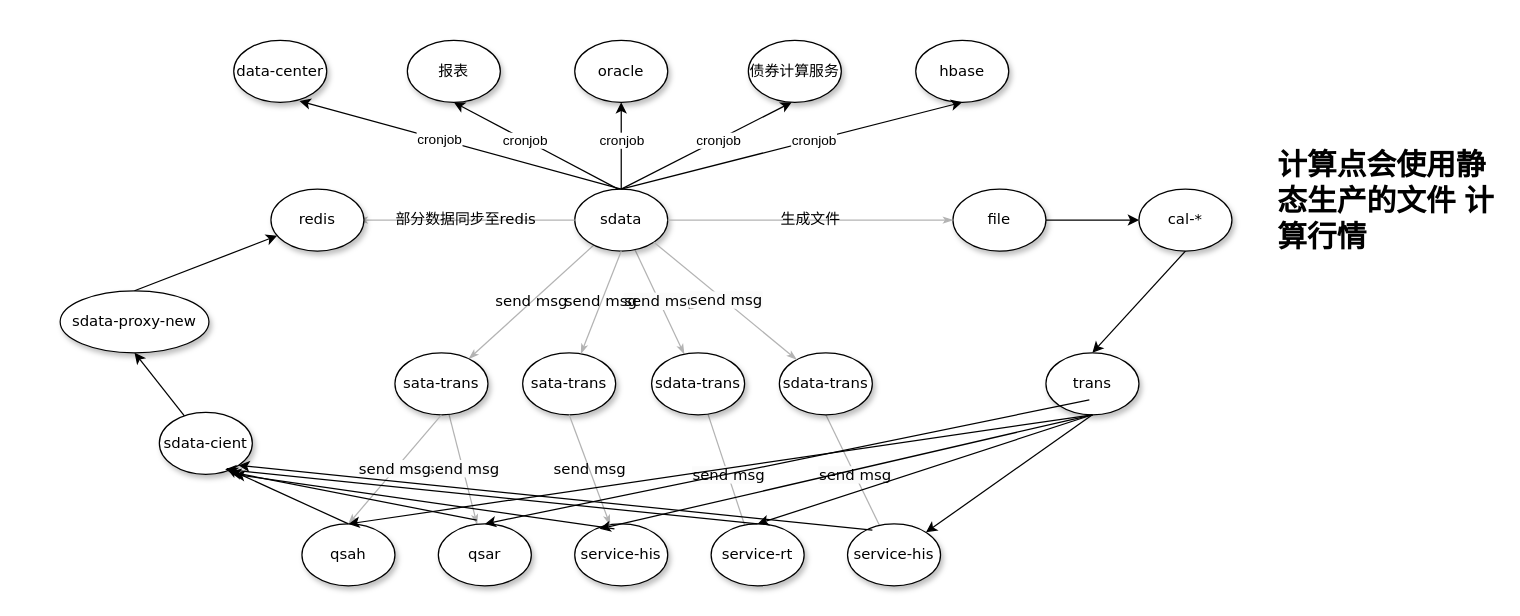
Above: 未命名绘图.drawio in Joker-zc/nettyWithSpringboot (draw.io), before the change. Source tidied: cells renumbered, new cells numbered last; positions are measured from the earlier drawing's top-left corner, leaving out a move shared by most shapes. Both pictures are drawn from the tidied source at 124%, with x=0, y=0 at pixel (60, 40).
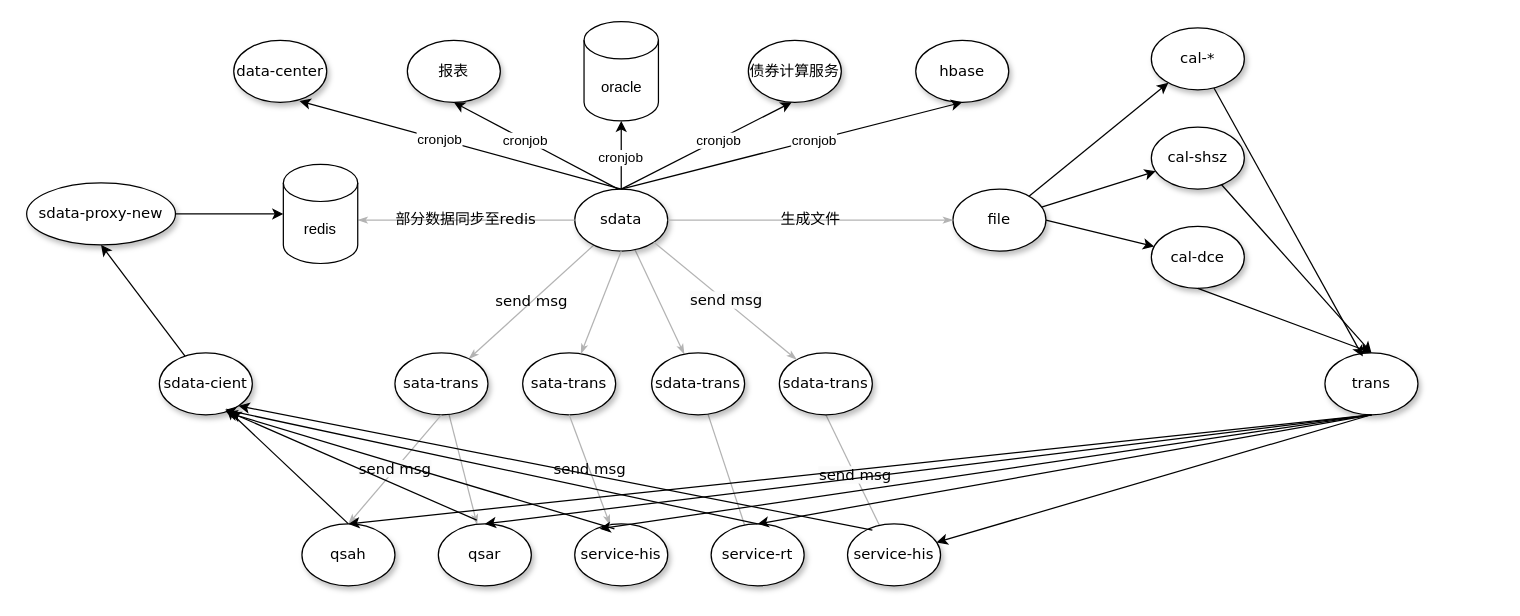
The same page after the edit.

Commit message:
更新未命名绘图.drawio

The change refers to these unchanged cells:
```xml
<mxCell id="4" value="sdata" style="ellipse;whiteSpace=wrap;html=1;rounded=0;shadow=1;comic=0;labelBackgroundColor=none;strokeWidth=1;fontFamily=Verdana;fontSize=12;align=center;" parent="1" vertex="1">
  <mxGeometry x="415" y="120" width="75" height="50" as="geometry" />
</mxCell>
<mxCell id="6" value="sdata-trans" style="ellipse;whiteSpace=wrap;html=1;rounded=0;shadow=1;comic=0;labelBackgroundColor=none;strokeWidth=1;fontFamily=Verdana;fontSize=12;align=center;" parent="1" vertex="1">
  <mxGeometry x="477" y="252" width="75" height="50" as="geometry" />
</mxCell>
<mxCell id="8" value="sata-trans" style="ellipse;whiteSpace=wrap;html=1;rounded=0;shadow=1;comic=0;labelBackgroundColor=none;strokeWidth=1;fontFamily=Verdana;fontSize=12;align=center;" parent="1" vertex="1">
  <mxGeometry x="270" y="252" width="75" height="50" as="geometry" />
</mxCell>
<mxCell id="9" value="service-his" style="ellipse;whiteSpace=wrap;html=1;rounded=0;shadow=1;comic=0;labelBackgroundColor=none;strokeWidth=1;fontFamily=Verdana;fontSize=12;align=center;" parent="1" vertex="1">
  <mxGeometry x="415" y="390" width="75" height="50" as="geometry" />
</mxCell>
<mxCell id="15" value="qsar" style="ellipse;whiteSpace=wrap;html=1;rounded=0;shadow=1;comic=0;labelBackgroundColor=none;strokeWidth=1;fontFamily=Verdana;fontSize=12;align=center;" parent="1" vertex="1">
  <mxGeometry x="305" y="390" width="75" height="50" as="geometry" />
</mxCell>
<mxCell id="16" value="service-rt" style="ellipse;whiteSpace=wrap;html=1;rounded=0;shadow=1;comic=0;labelBackgroundColor=none;strokeWidth=1;fontFamily=Verdana;fontSize=12;align=center;" parent="1" vertex="1">
  <mxGeometry x="525" y="390" width="75" height="50" as="geometry" />
</mxCell>
<mxCell id="17" value="sata-trans" style="ellipse;whiteSpace=wrap;html=1;rounded=0;shadow=1;comic=0;labelBackgroundColor=none;strokeWidth=1;fontFamily=Verdana;fontSize=12;align=center;" parent="1" vertex="1">
  <mxGeometry x="373" y="252" width="75" height="50" as="geometry" />
</mxCell>
<mxCell id="36" value="file" style="ellipse;whiteSpace=wrap;html=1;rounded=0;shadow=1;comic=0;labelBackgroundColor=none;strokeWidth=1;fontFamily=Verdana;fontSize=12;align=center;" parent="1" vertex="1">
  <mxGeometry x="720" y="120" width="75" height="50" as="geometry" />
</mxCell>
```

The edit, as a diff of the source:
```diff
@@
-    <mxCell id="3" value="&lt;span style=&quot;color: rgb(0, 0, 0); font-family: Verdana; font-size: 12px; font-style: normal; font-variant-ligatures: normal; font-variant-caps: normal; font-weight: 400; letter-spacing: normal; orphans: 2; text-align: center; text-indent: 0px; text-transform: none; widows: 2; word-spacing: 0px; -webkit-text-stroke-width: 0px; white-space: nowrap; background-color: rgb(251, 251, 251); text-decoration-thickness: initial; text-decoration-style: initial; text-decoration-color: initial; display: inline !important; float: none;&quot;&gt;send msg&lt;/span&gt;" style="edgeStyle=none;rounded=1;html=1;labelBackgroundColor=none;startArrow=none;startFill=0;startSize=5;endArrow=classicThin;endFill=1;endSize=5;jettySize=auto;strokeColor=#B3B3B3;strokeWidth=1;fontFamily=Verdana;fontSize=12;" parent="1" edge="1" source="4" target="6">
+    <mxCell id="3" style="edgeStyle=none;rounded=1;html=1;labelBackgroundColor=none;startArrow=none;startFill=0;startSize=5;endArrow=classicThin;endFill=1;endSize=5;jettySize=auto;strokeColor=#B3B3B3;strokeWidth=1;fontFamily=Verdana;fontSize=12;" parent="1" edge="1" source="4" target="6">
       <mxGeometry relative="1" as="geometry" />
     </mxCell>
@@
-    <mxCell id="5" value="&lt;span style=&quot;color: rgb(0, 0, 0); font-family: Verdana; font-size: 12px; font-style: normal; font-variant-ligatures: normal; font-variant-caps: normal; font-weight: 400; letter-spacing: normal; orphans: 2; text-align: center; text-indent: 0px; text-transform: none; widows: 2; word-spacing: 0px; -webkit-text-stroke-width: 0px; white-space: nowrap; background-color: rgb(251, 251, 251); text-decoration-thickness: initial; text-decoration-style: initial; text-decoration-color: initial; display: inline !important; float: none;&quot;&gt;send msg&lt;/span&gt;" style="edgeStyle=none;rounded=1;html=1;labelBackgroundColor=none;startArrow=none;startFill=0;startSize=5;endArrow=classicThin;endFill=1;endSize=5;jettySize=auto;strokeColor=#B3B3B3;strokeWidth=1;fontFamily=Verdana;fontSize=12;entryX=0.4;entryY=0.2;entryDx=0;entryDy=0;entryPerimeter=0;" parent="1" edge="1" source="6" target="16">
+    <mxCell id="5" style="edgeStyle=none;rounded=1;html=1;labelBackgroundColor=none;startArrow=none;startFill=0;startSize=5;endArrow=classicThin;endFill=1;endSize=5;jettySize=auto;strokeColor=#B3B3B3;strokeWidth=1;fontFamily=Verdana;fontSize=12;entryX=0.4;entryY=0.2;entryDx=0;entryDy=0;entryPerimeter=0;" parent="1" edge="1" source="6" target="16">
       <mxGeometry relative="1" as="geometry" />
     </mxCell>
@@
-    <mxCell id="7" value="&lt;span style=&quot;color: rgb(0, 0, 0); font-family: Verdana; font-size: 12px; font-style: normal; font-variant-ligatures: normal; font-variant-caps: normal; font-weight: 400; letter-spacing: normal; orphans: 2; text-align: center; text-indent: 0px; text-transform: none; widows: 2; word-spacing: 0px; -webkit-text-stroke-width: 0px; white-space: nowrap; background-color: rgb(251, 251, 251); text-decoration-thickness: initial; text-decoration-style: initial; text-decoration-color: initial; display: inline !important; float: none;&quot;&gt;send msg&lt;/span&gt;" style="edgeStyle=none;rounded=1;html=1;labelBackgroundColor=none;startArrow=none;startFill=0;startSize=5;endArrow=classicThin;endFill=1;endSize=5;jettySize=auto;strokeColor=#B3B3B3;strokeWidth=1;fontFamily=Verdana;fontSize=12;" parent="1" edge="1" source="8" target="15">
+    <mxCell id="7" style="edgeStyle=none;rounded=1;html=1;labelBackgroundColor=none;startArrow=none;startFill=0;startSize=5;endArrow=classicThin;endFill=1;endSize=5;jettySize=auto;strokeColor=#B3B3B3;strokeWidth=1;fontFamily=Verdana;fontSize=12;" parent="1" edge="1" source="8" target="15">
       <mxGeometry relative="1" as="geometry" />
     </mxCell>
@@
-    <mxCell id="12" value="oracle" style="ellipse;whiteSpace=wrap;html=1;rounded=0;shadow=1;comic=0;labelBackgroundColor=none;strokeWidth=1;fontFamily=Verdana;fontSize=12;align=center;" parent="1" vertex="1">
-      <mxGeometry x="415" width="75" height="50" as="geometry" />
-    </mxCell>
@@
-    <mxCell id="18" value="send msg" style="edgeStyle=none;rounded=1;html=1;labelBackgroundColor=none;startArrow=none;startFill=0;startSize=5;endArrow=classicThin;endFill=1;endSize=5;jettySize=auto;strokeColor=#B3B3B3;strokeWidth=1;fontFamily=Verdana;fontSize=12;exitX=0.5;exitY=1;exitDx=0;exitDy=0;" parent="1" edge="1" source="4" target="17">
+    <mxCell id="18" style="edgeStyle=none;rounded=1;html=1;labelBackgroundColor=none;startArrow=none;startFill=0;startSize=5;endArrow=classicThin;endFill=1;endSize=5;jettySize=auto;strokeColor=#B3B3B3;strokeWidth=1;fontFamily=Verdana;fontSize=12;exitX=0.5;exitY=1;exitDx=0;exitDy=0;" parent="1" edge="1" source="4" target="17">
       <mxGeometry relative="1" as="geometry" />
     </mxCell>
@@
-    <mxCell id="30" style="endArrow=classic;html=1;rounded=0;entryX=0.5;entryY=1;entryDx=0;entryDy=0;exitX=0.5;exitY=0;exitDx=0;exitDy=0;" parent="1" edge="1" source="4" target="12">
-      <mxGeometry relative="1" as="geometry" />
-    </mxCell>
-    <mxCell id="31" value="cronjob" style="edgeLabel;html=1;align=center;verticalAlign=middle;" parent="30" vertex="1">
-      <mxGeometry x="0.13" relative="1" as="geometry" />
-    </mxCell>
@@
-    <mxCell id="38" value="cal-*" style="ellipse;whiteSpace=wrap;html=1;rounded=0;shadow=1;comic=0;labelBackgroundColor=none;strokeWidth=1;fontFamily=Verdana;fontSize=12;align=center;" parent="1" vertex="1">
-      <mxGeometry x="870" y="120" width="75" height="50" as="geometry" />
+    <mxCell id="38" value="cal-dce" style="ellipse;whiteSpace=wrap;html=1;rounded=0;shadow=1;comic=0;labelBackgroundColor=none;strokeWidth=1;fontFamily=Verdana;fontSize=12;align=center;" parent="1" vertex="1">
+      <mxGeometry x="880" y="150" width="75" height="50" as="geometry" />
     </mxCell>
@@
-    <mxCell id="40" value="&lt;h1 style=&quot;margin-top: 0px;&quot;&gt;计算点会使用静态生产的文件 计算行情&amp;nbsp;&lt;/h1&gt;" style="text;html=1;whiteSpace=wrap;overflow=hidden;rounded=0;" parent="1" vertex="1">
-      <mxGeometry x="980" y="80" width="180" height="120" as="geometry" />
-    </mxCell>
@@
     <mxCell id="42" value="trans" style="ellipse;whiteSpace=wrap;html=1;rounded=0;shadow=1;comic=0;labelBackgroundColor=none;strokeWidth=1;fontFamily=Verdana;fontSize=12;align=center;" parent="1" vertex="1">
-      <mxGeometry x="795" y="252" width="75" height="50" as="geometry" />
+      <mxGeometry x="1020" y="252" width="75" height="50" as="geometry" />
     </mxCell>
@@
-    <mxCell id="46" style="endArrow=classic;html=1;rounded=0;entryX=0.5;entryY=0;entryDx=0;entryDy=0;" parent="1" edge="1" target="15">
-      <mxGeometry relative="1" as="geometry">
-        <mxPoint x="830" y="290" as="sourcePoint" />
-      </mxGeometry>
+    <mxCell id="46" style="endArrow=classic;html=1;rounded=0;entryX=0.5;entryY=0;entryDx=0;entryDy=0;exitX=0.5;exitY=1;exitDx=0;exitDy=0;" parent="1" edge="1" source="42" target="15">
+      <mxGeometry relative="1" as="geometry" />
     </mxCell>
@@
-    <mxCell id="49" value="redis" style="ellipse;whiteSpace=wrap;html=1;rounded=0;shadow=1;comic=0;labelBackgroundColor=none;strokeWidth=1;fontFamily=Verdana;fontSize=12;align=center;" parent="1" vertex="1">
-      <mxGeometry x="170" y="120" width="75" height="50" as="geometry" />
-    </mxCell>
     <mxCell id="50" value="sdata-cient" style="ellipse;whiteSpace=wrap;html=1;rounded=0;shadow=1;comic=0;labelBackgroundColor=none;strokeWidth=1;fontFamily=Verdana;fontSize=12;align=center;" parent="1" vertex="1">
-      <mxGeometry x="80" y="300" width="75" height="50" as="geometry" />
+      <mxGeometry x="80" y="252" width="75" height="50" as="geometry" />
     </mxCell>
     <mxCell id="51" value="sdata-proxy-new" style="ellipse;whiteSpace=wrap;html=1;rounded=0;shadow=1;comic=0;labelBackgroundColor=none;strokeWidth=1;fontFamily=Verdana;fontSize=12;align=center;" parent="1" vertex="1">
-      <mxGeometry y="202" width="120" height="50" as="geometry" />
+      <mxGeometry x="-27" y="115" width="120" height="50" as="geometry" />
     </mxCell>
@@
-    <mxCell id="53" style="endArrow=classic;html=1;rounded=0;exitX=0.5;exitY=0;exitDx=0;exitDy=0;" parent="1" edge="1" source="51" target="49">
-      <mxGeometry relative="1" as="geometry" />
-    </mxCell>
@@
-    <mxCell id="56" style="endArrow=classic;html=1;rounded=0;exitX=0.427;exitY=0.08;exitDx=0;exitDy=0;exitPerimeter=0;" parent="1" edge="1" source="9">
-      <mxGeometry relative="1" as="geometry">
-        <mxPoint x="140" y="350" as="targetPoint" />
-      </mxGeometry>
+    <mxCell id="56" style="endArrow=classic;html=1;rounded=0;exitX=0.427;exitY=0.08;exitDx=0;exitDy=0;exitPerimeter=0;entryX=0.72;entryY=0.96;entryDx=0;entryDy=0;entryPerimeter=0;" parent="1" edge="1" source="9" target="50">
+      <mxGeometry relative="1" as="geometry" />
     </mxCell>
@@
+    <mxCell id="49" value="redis" style="shape=cylinder3;whiteSpace=wrap;html=1;boundedLbl=1;backgroundOutline=1;size=15;" parent="1" vertex="1">
+      <mxGeometry x="180" y="100" width="60" height="80" as="geometry" />
+    </mxCell>
+    <mxCell id="53" style="endArrow=classic;html=1;rounded=0;exitX=1;exitY=0.5;exitDx=0;exitDy=0;" parent="1" edge="1" source="51" target="49">
+      <mxGeometry relative="1" as="geometry" />
+    </mxCell>
+    <mxCell id="59" value="cal-shsz" style="ellipse;whiteSpace=wrap;html=1;rounded=0;shadow=1;comic=0;labelBackgroundColor=none;strokeWidth=1;fontFamily=Verdana;fontSize=12;align=center;" parent="1" vertex="1">
+      <mxGeometry x="880" y="70" width="75" height="50" as="geometry" />
+    </mxCell>
+    <mxCell id="60" style="endArrow=classic;html=1;rounded=0;" parent="1" edge="1" source="36" target="59">
+      <mxGeometry relative="1" as="geometry" />
+    </mxCell>
+    <mxCell id="61" style="endArrow=classic;html=1;rounded=0;entryX=0.5;entryY=0;entryDx=0;entryDy=0;" parent="1" edge="1" source="59" target="42">
+      <mxGeometry relative="1" as="geometry" />
+    </mxCell>
+    <mxCell id="62" value="cal-*" style="ellipse;whiteSpace=wrap;html=1;rounded=0;shadow=1;comic=0;labelBackgroundColor=none;strokeWidth=1;fontFamily=Verdana;fontSize=12;align=center;" parent="1" vertex="1">
+      <mxGeometry x="880" y="-10" width="75" height="50" as="geometry" />
+    </mxCell>
+    <mxCell id="63" style="endArrow=classic;html=1;rounded=0;" parent="1" edge="1" source="36" target="62">
+      <mxGeometry relative="1" as="geometry" />
+    </mxCell>
+    <mxCell id="64" style="endArrow=classic;html=1;rounded=0;entryX=0.407;entryY=0.06;entryDx=0;entryDy=0;entryPerimeter=0;" parent="1" edge="1" source="62" target="42">
+      <mxGeometry relative="1" as="geometry" />
+    </mxCell>
+    <mxCell id="12" value="oracle" style="shape=cylinder3;whiteSpace=wrap;html=1;boundedLbl=1;backgroundOutline=1;size=15;" parent="1" vertex="1">
+      <mxGeometry x="422.5" y="-15" width="60" height="80" as="geometry" />
+    </mxCell>
+    <mxCell id="30" style="endArrow=classic;html=1;rounded=0;exitX=0.5;exitY=0;exitDx=0;exitDy=0;entryX=0.5;entryY=1;entryDx=0;entryDy=0;entryPerimeter=0;" parent="1" edge="1" source="4" target="12">
+      <mxGeometry relative="1" as="geometry" />
+    </mxCell>
+    <mxCell id="65" value="&lt;span style=&quot;color: rgba(0, 0, 0, 0); font-family: monospace; font-size: 0px; text-align: start; background-color: rgb(251, 251, 251);&quot;&gt;ccrontab&lt;/span&gt;" style="edgeLabel;html=1;align=center;verticalAlign=middle;" parent="30" vertex="1">
+      <mxGeometry x="0.02" y="1" relative="1" as="geometry">
+        <mxPoint x="1" as="offset" />
+      </mxGeometry>
+    </mxCell>
+    <mxCell id="31" value="cronjob" style="edgeLabel;html=1;align=center;verticalAlign=middle;" parent="30" vertex="1">
+      <mxGeometry x="-0.05" y="2" relative="1" as="geometry">
+        <mxPoint x="1" as="offset" />
+      </mxGeometry>
+    </mxCell>
```
